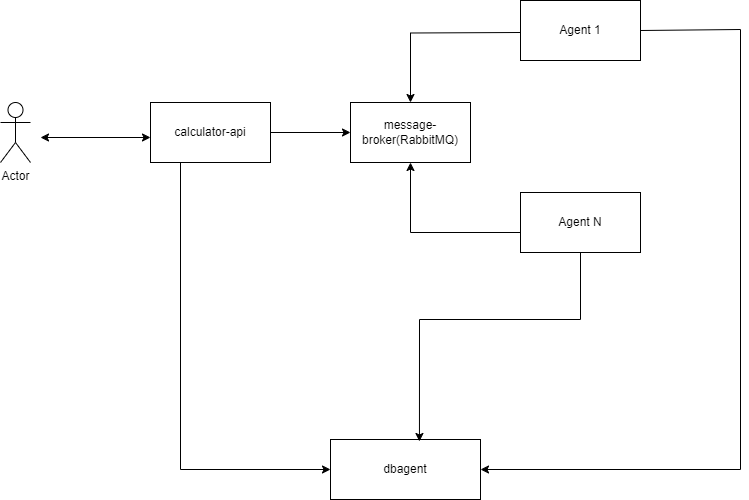
Before: schema.png, a diagram exported from draw.io (VadimGossip/calculator). Source tidied: cells renumbered, new cells last; positions are measured from the earlier drawing's top-left corner, leaving out a move shared by most shapes.
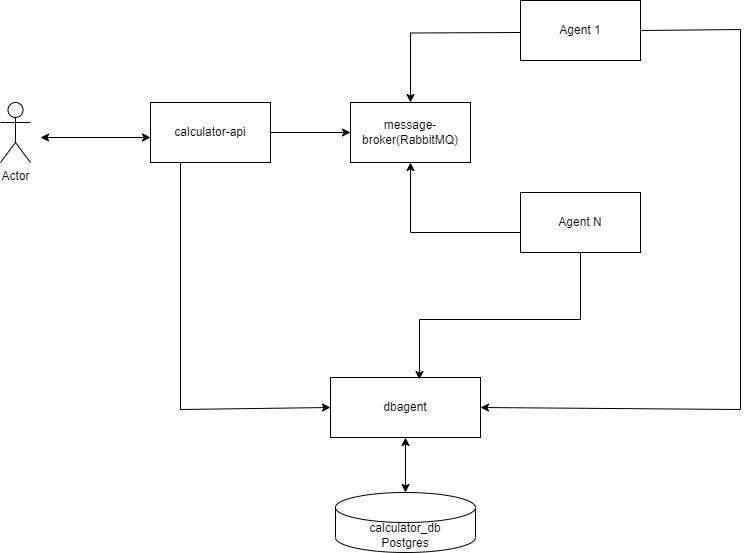
After the change.

Diff of the diagram source:
```diff
@@ -12,7 +12,7 @@
       <mxGeometry x="150" y="102" width="120" height="60" as="geometry" />
     </mxCell>
     <mxCell id="5" value="dbagent" style="rounded=0;whiteSpace=wrap;html=1;" parent="1" vertex="1">
-      <mxGeometry x="330" y="439" width="150" height="60" as="geometry" />
+      <mxGeometry x="330" y="377" width="150" height="60" as="geometry" />
     </mxCell>
     <mxCell id="6" value="message-broker(RabbitMQ)" style="rounded=0;whiteSpace=wrap;html=1;" parent="1" vertex="1">
       <mxGeometry x="350" y="102" width="120" height="60" as="geometry" />
@@ -41,7 +41,7 @@
       <mxGeometry relative="1" as="geometry">
         <Array as="points">
           <mxPoint x="740" y="29" />
-          <mxPoint x="740" y="469" />
+          <mxPoint x="740" y="409" />
         </Array>
       </mxGeometry>
     </mxCell>
@@ -54,7 +54,7 @@
     <mxCell id="13" style="endArrow=classic;html=1;rounded=0;entryX=0;entryY=0.5;entryDx=0;entryDy=0;exitX=0.25;exitY=1;exitDx=0;exitDy=0;" parent="1" edge="1" source="4" target="5">
       <mxGeometry relative="1" as="geometry">
         <Array as="points">
-          <mxPoint x="180" y="469" />
+          <mxPoint x="180" y="409" />
         </Array>
       </mxGeometry>
     </mxCell>
@@ -66,5 +66,11 @@
         </Array>
       </mxGeometry>
     </mxCell>
+    <mxCell id="15" value="calculator_db&lt;br&gt;Postgres" style="shape=cylinder3;whiteSpace=wrap;html=1;boundedLbl=1;backgroundOutline=1;size=15;" parent="1" vertex="1">
+      <mxGeometry x="335" y="492" width="140" height="60" as="geometry" />
+    </mxCell>
+    <mxCell id="16" style="endArrow=classic;startArrow=classic;html=1;rounded=0;exitX=0.5;exitY=0;exitDx=0;exitDy=0;exitPerimeter=0;entryX=0.5;entryY=1;entryDx=0;entryDy=0;" parent="1" edge="1" source="15" target="5">
+      <mxGeometry relative="1" as="geometry" />
+    </mxCell>
   </root>
 </mxGraphModel>
```
